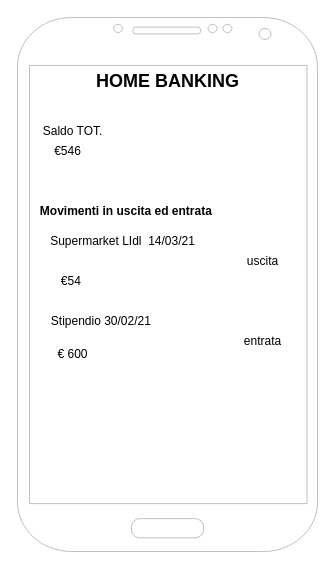
AuroraStefanin03/Homa-Banking keeps this draw.io diagram as Wireframe.drawio. Above is the earlier version. Source tidied: cells renumbered, new cells numbered last; positions are measured from the earlier drawing's top-left corner, leaving out a move shared by most shapes. Both pictures are drawn from the tidied source at 100%, with x=0, y=0 at pixel (17, 17).
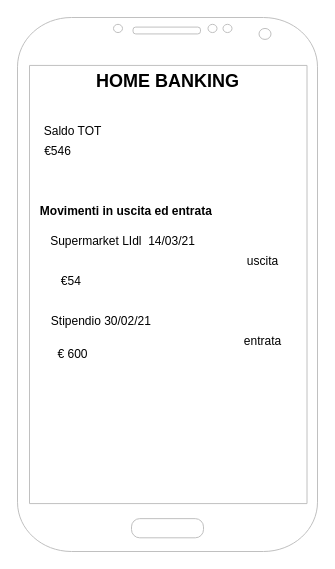
The same diagram, later.

Change to the diagram source:
```diff
@@
 <mxGraphModel background="#ffffff">
   <root>
     <mxCell id="0" />
     <mxCell id="1" parent="0" />
     <mxCell id="2" style="verticalLabelPosition=bottom;verticalAlign=top;html=1;shadow=0;dashed=0;strokeWidth=1;shape=mxgraph.android.phone2;strokeColor=#c0c0c0;" parent="1" vertex="1">
       <mxGeometry width="300" height="534" as="geometry" />
     </mxCell>
     <mxCell id="3" value="&lt;b&gt;&lt;font style=&quot;font-size: 18px&quot;&gt;HOME BANKING&lt;/font&gt;&lt;/b&gt;" style="text;html=1;align=center;verticalAlign=middle;fillColor=none;strokeColor=none;rounded=0;" parent="1" vertex="1">
       <mxGeometry x="70" y="54" width="160" height="20" as="geometry" />
     </mxCell>
-    <mxCell id="4" value="Saldo TOT." style="text;html=1;align=center;verticalAlign=middle;fillColor=none;strokeColor=none;rounded=0;" parent="1" vertex="1">
-      <mxGeometry x="15" y="104" width="80" height="20" as="geometry" />
+    <mxCell id="4" value="Saldo TOT" style="text;html=1;align=center;verticalAlign=middle;fillColor=none;strokeColor=none;rounded=0;" parent="1" vertex="1">
+      <mxGeometry x="20" y="104" width="70" height="20" as="geometry" />
     </mxCell>
     <mxCell id="5" value="€546" style="text;html=1;align=center;verticalAlign=middle;fillColor=none;strokeColor=none;rounded=0;" parent="1" vertex="1">
-      <mxGeometry x="30" y="124" width="40" height="20" as="geometry" />
+      <mxGeometry x="20" y="124" width="40" height="20" as="geometry" />
     </mxCell>
     <mxCell id="6" value="&lt;b&gt;Movimenti in uscita ed entrata&amp;nbsp;&lt;/b&gt;" style="text;html=1;align=center;verticalAlign=middle;fillColor=none;strokeColor=none;rounded=0;" parent="1" vertex="1">
       <mxGeometry x="15" y="184" width="190" height="20" as="geometry" />
     </mxCell>
     <mxCell id="7" value="Supermarket LIdl&amp;nbsp; 14/03/21&amp;nbsp; &amp;nbsp;" style="text;html=1;align=center;verticalAlign=middle;fillColor=none;strokeColor=none;rounded=0;" parent="1" vertex="1">
       <mxGeometry x="25" y="214" width="170" height="20" as="geometry" />
     </mxCell>
     <mxCell id="8" value="uscita" style="text;html=1;align=center;verticalAlign=middle;fillColor=none;strokeColor=none;rounded=0;" parent="1" vertex="1">
       <mxGeometry x="220" y="234" width="50" height="20" as="geometry" />
     </mxCell>
     <mxCell id="9" value="Stipendio 30/02/21&amp;nbsp; &amp;nbsp;&amp;nbsp;" style="text;html=1;align=center;verticalAlign=middle;fillColor=none;strokeColor=none;rounded=0;" parent="1" vertex="1">
       <mxGeometry x="25" y="294" width="130" height="20" as="geometry" />
     </mxCell>
     <mxCell id="10" value="entrata" style="text;html=1;align=center;verticalAlign=middle;fillColor=none;strokeColor=none;rounded=0;" parent="1" vertex="1">
       <mxGeometry x="220" y="314" width="50" height="20" as="geometry" />
     </mxCell>
     <mxCell id="11" value="€54&amp;nbsp;" style="text;html=1;align=center;verticalAlign=middle;fillColor=none;strokeColor=none;rounded=0;" parent="1" vertex="1">
       <mxGeometry x="35" y="254" width="40" height="20" as="geometry" />
     </mxCell>
     <mxCell id="12" value="€ 600" style="text;html=1;align=center;verticalAlign=middle;fillColor=none;strokeColor=none;rounded=0;" parent="1" vertex="1">
       <mxGeometry x="30" y="327" width="50" height="20" as="geometry" />
     </mxCell>
   </root>
 </mxGraphModel>
```
